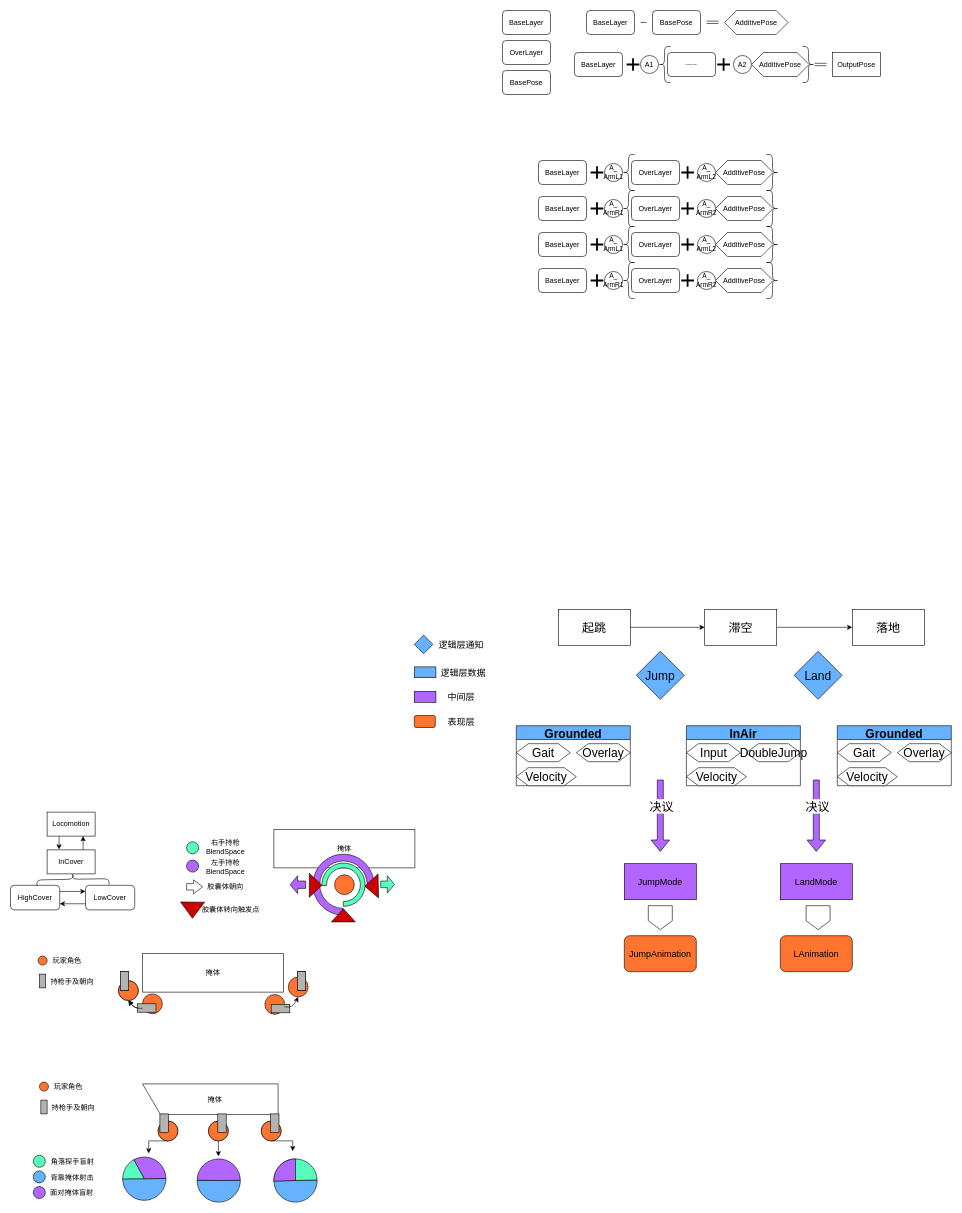
Before: Untitled Diagram.drawio in lruoheng/lqbz, a draw.io diagram. Source tidied: cells renumbered, new cells numbered last; positions are measured from the earlier drawing's top-left corner, leaving out a move shared by most shapes. Both pictures are drawn from the tidied source at 60%, with x=0, y=0 at pixel (10, 10).
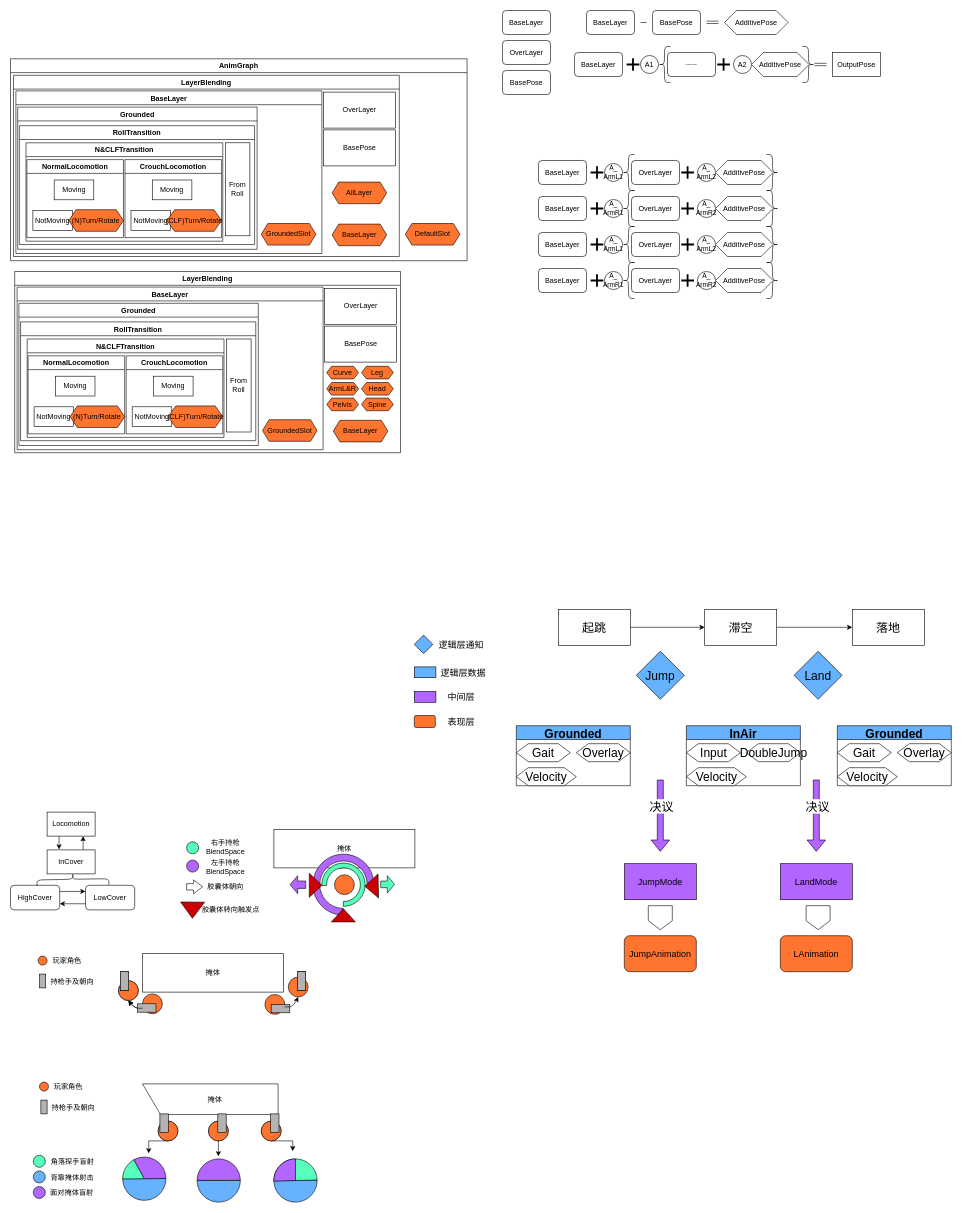
Above is the later version.

Change to the diagram source:
```diff
@@
+    <mxCell id="171" value="BaseLayer" style="swimlane;fillColor=#FFFFFF;" parent="1" vertex="1">
+      <mxGeometry x="11" y="461" width="510" height="271" as="geometry" />
+    </mxCell>
+    <mxCell id="172" value="Grounded" style="swimlane;fillColor=#FFFFFF;" parent="171" vertex="1">
+      <mxGeometry x="3" y="27" width="399" height="237" as="geometry" />
+    </mxCell>
+    <mxCell id="173" value="RollTransition" style="swimlane;fillColor=#FFFFFF;" parent="172" vertex="1">
+      <mxGeometry x="2.8" y="31" width="392" height="198" as="geometry" />
+    </mxCell>
+    <mxCell id="174" value="N&amp;CLFTransition" style="swimlane;fillColor=#FFFFFF;" parent="173" vertex="1">
+      <mxGeometry x="11" y="28.5" width="328" height="164" as="geometry" />
+    </mxCell>
+    <mxCell id="175" value="NormalLocomotion" style="swimlane;" parent="174" vertex="1">
+      <mxGeometry x="1.5" y="28" width="161" height="130" as="geometry" />
+    </mxCell>
+    <mxCell id="176" value="NotMoving" style="rounded=0;whiteSpace=wrap;html=1;" parent="175" vertex="1">
+      <mxGeometry x="10" y="85" width="66" height="33" as="geometry" />
+    </mxCell>
+    <mxCell id="177" value="Moving" style="rounded=0;whiteSpace=wrap;html=1;" parent="175" vertex="1">
+      <mxGeometry x="45.5" y="34" width="66" height="33" as="geometry" />
+    </mxCell>
+    <mxCell id="178" value="(N)Turn/Rotate" style="shape=hexagon;perimeter=hexagonPerimeter2;whiteSpace=wrap;html=1;fixedSize=1;fillColor=#FF742E;size=12.094827586206975;" parent="175" vertex="1">
+      <mxGeometry x="70" y="83.5" width="91" height="36" as="geometry" />
+    </mxCell>
+    <mxCell id="179" value="CrouchLocomotion" style="swimlane;" parent="174" vertex="1">
+      <mxGeometry x="165" y="28" width="161" height="130" as="geometry" />
+    </mxCell>
+    <mxCell id="180" value="NotMoving" style="rounded=0;whiteSpace=wrap;html=1;" parent="179" vertex="1">
+      <mxGeometry x="10" y="85" width="66" height="33" as="geometry" />
+    </mxCell>
+    <mxCell id="181" value="Moving" style="rounded=0;whiteSpace=wrap;html=1;" parent="179" vertex="1">
+      <mxGeometry x="45.5" y="34" width="66" height="33" as="geometry" />
+    </mxCell>
+    <mxCell id="182" value="(CLF)Turn/Rotate" style="shape=hexagon;perimeter=hexagonPerimeter2;whiteSpace=wrap;html=1;fixedSize=1;fillColor=#FF742E;size=12.732758620689708;" parent="179" vertex="1">
+      <mxGeometry x="70" y="83.5" width="91" height="36" as="geometry" />
+    </mxCell>
+    <mxCell id="183" value="From&lt;br&gt;Roll" style="rounded=0;whiteSpace=wrap;html=1;fillColor=#FFFFFF;" parent="173" vertex="1">
+      <mxGeometry x="343.2" y="28.5" width="41" height="155" as="geometry" />
+    </mxCell>
+    <mxCell id="184" value="GroundedSlot" style="shape=hexagon;perimeter=hexagonPerimeter2;whiteSpace=wrap;html=1;fixedSize=1;fillColor=#FF742E;size=10.885085533405515;" parent="171" vertex="1">
+      <mxGeometry x="409" y="221" width="91" height="36" as="geometry" />
+    </mxCell>
+    <mxCell id="185" value="LayerBlending" style="swimlane;fillColor=#FFFFFF;" parent="1" vertex="1">
+      <mxGeometry x="7" y="435" width="643" height="302" as="geometry" />
+    </mxCell>
+    <mxCell id="186" value="OverLayer" style="rounded=0;whiteSpace=wrap;html=1;fillColor=#FFFFFF;" parent="185" vertex="1">
+      <mxGeometry x="516.5" y="28" width="120" height="60" as="geometry" />
+    </mxCell>
+    <mxCell id="187" value="BasePose" style="rounded=0;whiteSpace=wrap;html=1;fillColor=#FFFFFF;" parent="185" vertex="1">
+      <mxGeometry x="516.5" y="91" width="120" height="60" as="geometry" />
+    </mxCell>
+    <mxCell id="188" value="BaseLayer" style="shape=hexagon;perimeter=hexagonPerimeter2;whiteSpace=wrap;html=1;fixedSize=1;fillColor=#FF742E;size=11.046033135775758;" parent="185" vertex="1">
+      <mxGeometry x="531" y="248" width="91" height="36" as="geometry" />
+    </mxCell>
+    <mxCell id="189" value="Curve" style="shape=hexagon;perimeter=hexagonPerimeter2;whiteSpace=wrap;html=1;fixedSize=1;fillColor=#FF742E;size=8.25292968750017;" parent="185" vertex="1">
+      <mxGeometry x="520" y="158" width="53.1" height="21" as="geometry" />
+    </mxCell>
+    <mxCell id="190" value="Leg" style="shape=hexagon;perimeter=hexagonPerimeter2;whiteSpace=wrap;html=1;fixedSize=1;fillColor=#FF742E;size=8.25292968750017;" parent="185" vertex="1">
+      <mxGeometry x="578" y="158" width="53.1" height="21" as="geometry" />
+    </mxCell>
+    <mxCell id="191" value="ArmL&amp;amp;R" style="shape=hexagon;perimeter=hexagonPerimeter2;whiteSpace=wrap;html=1;fixedSize=1;fillColor=#FF742E;size=8.25292968750017;" parent="185" vertex="1">
+      <mxGeometry x="520" y="185" width="53.1" height="21" as="geometry" />
+    </mxCell>
+    <mxCell id="192" value="Head" style="shape=hexagon;perimeter=hexagonPerimeter2;whiteSpace=wrap;html=1;fixedSize=1;fillColor=#FF742E;size=8.25292968750017;" parent="185" vertex="1">
+      <mxGeometry x="578" y="185" width="53.1" height="21" as="geometry" />
+    </mxCell>
+    <mxCell id="193" value="Pelvis" style="shape=hexagon;perimeter=hexagonPerimeter2;whiteSpace=wrap;html=1;fixedSize=1;fillColor=#FF742E;size=8.25292968750017;" parent="185" vertex="1">
+      <mxGeometry x="520" y="211" width="53.1" height="21" as="geometry" />
+    </mxCell>
+    <mxCell id="194" value="Spine" style="shape=hexagon;perimeter=hexagonPerimeter2;whiteSpace=wrap;html=1;fixedSize=1;fillColor=#FF742E;size=8.25292968750017;" parent="185" vertex="1">
+      <mxGeometry x="578" y="211" width="53.1" height="21" as="geometry" />
+    </mxCell>
+    <mxCell id="195" value="BaseLayer" style="swimlane;fillColor=#FFFFFF;" parent="1" vertex="1">
+      <mxGeometry x="9" y="134" width="510" height="271" as="geometry" />
+    </mxCell>
+    <mxCell id="196" value="Grounded" style="swimlane;fillColor=#FFFFFF;" parent="195" vertex="1">
+      <mxGeometry x="3" y="27" width="399" height="237" as="geometry" />
+    </mxCell>
+    <mxCell id="197" value="RollTransition" style="swimlane;fillColor=#FFFFFF;" parent="196" vertex="1">
+      <mxGeometry x="2.8" y="31" width="392" height="198" as="geometry" />
+    </mxCell>
+    <mxCell id="198" value="N&amp;CLFTransition" style="swimlane;fillColor=#FFFFFF;" parent="197" vertex="1">
+      <mxGeometry x="11" y="28.5" width="328" height="164" as="geometry" />
+    </mxCell>
+    <mxCell id="199" value="NormalLocomotion" style="swimlane;" parent="198" vertex="1">
+      <mxGeometry x="1.5" y="28" width="161" height="130" as="geometry" />
+    </mxCell>
+    <mxCell id="200" value="NotMoving" style="rounded=0;whiteSpace=wrap;html=1;" parent="199" vertex="1">
+      <mxGeometry x="10" y="85" width="66" height="33" as="geometry" />
+    </mxCell>
+    <mxCell id="201" value="Moving" style="rounded=0;whiteSpace=wrap;html=1;" parent="199" vertex="1">
+      <mxGeometry x="45.5" y="34" width="66" height="33" as="geometry" />
+    </mxCell>
+    <mxCell id="202" value="(N)Turn/Rotate" style="shape=hexagon;perimeter=hexagonPerimeter2;whiteSpace=wrap;html=1;fixedSize=1;fillColor=#FF742E;size=12.094827586206975;" parent="199" vertex="1">
+      <mxGeometry x="70" y="83.5" width="91" height="36" as="geometry" />
+    </mxCell>
+    <mxCell id="203" value="CrouchLocomotion" style="swimlane;" parent="198" vertex="1">
+      <mxGeometry x="165" y="28" width="161" height="130" as="geometry" />
+    </mxCell>
+    <mxCell id="204" value="NotMoving" style="rounded=0;whiteSpace=wrap;html=1;" parent="203" vertex="1">
+      <mxGeometry x="10" y="85" width="66" height="33" as="geometry" />
+    </mxCell>
+    <mxCell id="205" value="Moving" style="rounded=0;whiteSpace=wrap;html=1;" parent="203" vertex="1">
+      <mxGeometry x="45.5" y="34" width="66" height="33" as="geometry" />
+    </mxCell>
+    <mxCell id="206" value="(CLF)Turn/Rotate" style="shape=hexagon;perimeter=hexagonPerimeter2;whiteSpace=wrap;html=1;fixedSize=1;fillColor=#FF742E;size=12.732758620689708;" parent="203" vertex="1">
+      <mxGeometry x="70" y="83.5" width="91" height="36" as="geometry" />
+    </mxCell>
+    <mxCell id="207" value="From&lt;br&gt;Roll" style="rounded=0;whiteSpace=wrap;html=1;fillColor=#FFFFFF;" parent="197" vertex="1">
+      <mxGeometry x="343.2" y="28.5" width="41" height="155" as="geometry" />
+    </mxCell>
+    <mxCell id="208" value="GroundedSlot" style="shape=hexagon;perimeter=hexagonPerimeter2;whiteSpace=wrap;html=1;fixedSize=1;fillColor=#FF742E;size=10.885085533405515;" parent="195" vertex="1">
+      <mxGeometry x="409" y="221" width="91" height="36" as="geometry" />
+    </mxCell>
+    <mxCell id="209" value="LayerBlending" style="swimlane;fillColor=#FFFFFF;" parent="1" vertex="1">
+      <mxGeometry x="5" y="108" width="643" height="302" as="geometry" />
+    </mxCell>
+    <mxCell id="210" value="OverLayer" style="rounded=0;whiteSpace=wrap;html=1;fillColor=#FFFFFF;" parent="209" vertex="1">
+      <mxGeometry x="516.5" y="28" width="120" height="60" as="geometry" />
+    </mxCell>
+    <mxCell id="211" value="BasePose" style="rounded=0;whiteSpace=wrap;html=1;fillColor=#FFFFFF;" parent="209" vertex="1">
+      <mxGeometry x="516.5" y="91" width="120" height="60" as="geometry" />
+    </mxCell>
+    <mxCell id="212" value="BaseLayer" style="shape=hexagon;perimeter=hexagonPerimeter2;whiteSpace=wrap;html=1;fixedSize=1;fillColor=#FF742E;size=11.046033135775758;" parent="209" vertex="1">
+      <mxGeometry x="531" y="248" width="91" height="36" as="geometry" />
+    </mxCell>
+    <mxCell id="213" value="AllLayer" style="shape=hexagon;perimeter=hexagonPerimeter2;whiteSpace=wrap;html=1;fixedSize=1;fillColor=#FF742E;size=11.046033135775758;" parent="209" vertex="1">
+      <mxGeometry x="531" y="178" width="91" height="36" as="geometry" />
+    </mxCell>
+    <mxCell id="214" value="DefaultSlot" style="shape=hexagon;perimeter=hexagonPerimeter2;whiteSpace=wrap;html=1;fixedSize=1;fillColor=#FF742E;size=11.046033135775758;" parent="1" vertex="1">
+      <mxGeometry x="658" y="355" width="91" height="36" as="geometry" />
+    </mxCell>
+    <mxCell id="215" value="AnimGraph" style="swimlane;fillColor=#FFFFFF;" parent="1" vertex="1">
+      <mxGeometry y="80.5" width="761" height="336.5" as="geometry" />
+    </mxCell>
```
